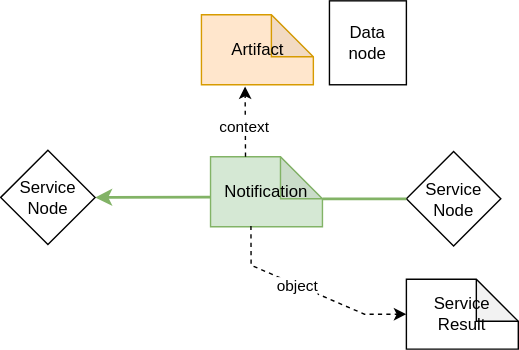
Before: images/one_way_service_node_service_node.svg, a diagram exported from draw.io (MellonScholarlyCommunication/spec-notifications). Source tidied: cells renumbered, new cells last; positions are measured from the earlier drawing's top-left corner, leaving out a move shared by most shapes.
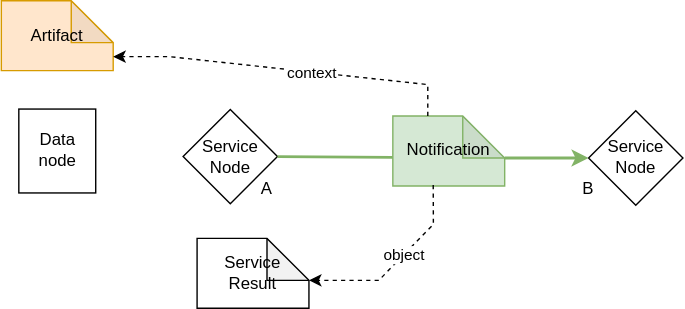
The same file after the commit.

The edit, as a diff of the source:
```diff
@@ -3,47 +3,58 @@
     <mxCell id="0" />
     <mxCell id="1" parent="0" />
     <mxCell id="2" value="Notification" style="shape=note;whiteSpace=wrap;html=1;backgroundOutline=1;darkOpacity=0.05;strokeColor=#82b366;fillColor=#d5e8d4;" parent="1" vertex="1">
-      <mxGeometry x="150" y="111.5" width="80" height="50" as="geometry" />
+      <mxGeometry x="340" y="111.5" width="80" height="50" as="geometry" />
     </mxCell>
     <mxCell id="3" value="Artifact" style="shape=note;whiteSpace=wrap;html=1;backgroundOutline=1;darkOpacity=0.05;strokeColor=#d79b00;fillColor=#ffe6cc;" parent="1" vertex="1">
-      <mxGeometry x="143.5" y="10" width="80" height="50" as="geometry" />
+      <mxGeometry x="60" y="29" width="80" height="50" as="geometry" />
     </mxCell>
     <mxCell id="4" value="Service&lt;br&gt;Node" style="rhombus;whiteSpace=wrap;html=1;" parent="1" vertex="1">
-      <mxGeometry x="290" y="107.8" width="67.5" height="67.5" as="geometry" />
+      <mxGeometry x="480" y="107.8" width="67.5" height="67.5" as="geometry" />
     </mxCell>
-    <mxCell id="5" style="endArrow=classic;html=1;rounded=0;entryX=1;entryY=0.5;entryDx=0;entryDy=0;exitX=-0.002;exitY=0.577;exitDx=0;exitDy=0;exitPerimeter=0;strokeWidth=2;fillColor=#d5e8d4;strokeColor=#82b366;" parent="1" edge="1" source="2">
-      <mxGeometry relative="1" as="geometry">
-        <mxPoint x="67.5" y="140.5" as="targetPoint" />
-      </mxGeometry>
-    </mxCell>
-    <mxCell id="6" style="endArrow=none;html=1;rounded=0;strokeWidth=2;entryX=0;entryY=0.5;entryDx=0;entryDy=0;exitX=0;exitY=0;exitDx=80;exitDy=30;exitPerimeter=0;fillColor=#d5e8d4;strokeColor=#82b366;" parent="1" edge="1" source="2" target="4">
-      <mxGeometry relative="1" as="geometry" />
-    </mxCell>
     <mxCell id="7" value="Service&lt;br&gt;Node" style="rhombus;whiteSpace=wrap;html=1;" parent="1" vertex="1">
-      <mxGeometry y="106.8" width="67.5" height="67.5" as="geometry" />
+      <mxGeometry x="190" y="106.8" width="67.5" height="67.5" as="geometry" />
     </mxCell>
     <mxCell id="8" value="Data node" style="rounded=0;whiteSpace=wrap;html=1;rotation=0;" parent="1" vertex="1">
-      <mxGeometry x="235" width="55" height="60" as="geometry" />
+      <mxGeometry x="72.5" y="106.5" width="55" height="60" as="geometry" />
     </mxCell>
-    <mxCell id="9" style="endArrow=classic;html=1;rounded=0;exitX=0;exitY=0;exitDx=25;exitDy=0;exitPerimeter=0;entryX=0.39;entryY=1.023;entryDx=0;entryDy=0;entryPerimeter=0;dashed=1;" parent="1" edge="1" source="2" target="3">
-      <mxGeometry relative="1" as="geometry" />
+    <mxCell id="9" style="endArrow=classic;html=1;rounded=0;exitX=0;exitY=0;exitDx=25;exitDy=0;exitPerimeter=0;entryX=0;entryY=0;entryDx=80;entryDy=40;entryPerimeter=0;dashed=1;" parent="1" edge="1" source="2" target="3">
+      <mxGeometry relative="1" as="geometry">
+        <Array as="points">
+          <mxPoint x="365" y="89" />
+          <mxPoint x="180" y="69" />
+        </Array>
+      </mxGeometry>
     </mxCell>
     <mxCell id="10" value="context" style="edgeLabel;html=1;align=center;verticalAlign=middle;" parent="9" vertex="1">
       <mxGeometry x="-0.15" y="1" relative="1" as="geometry" />
     </mxCell>
     <mxCell id="11" value="Service&lt;br&gt;Result" style="shape=note;whiteSpace=wrap;html=1;backgroundOutline=1;darkOpacity=0.05;" parent="1" vertex="1">
-      <mxGeometry x="290" y="199" width="80" height="50" as="geometry" />
+      <mxGeometry x="200" y="199" width="80" height="50" as="geometry" />
     </mxCell>
-    <mxCell id="12" style="endArrow=classic;html=1;rounded=0;dashed=1;exitX=0.361;exitY=0.988;exitDx=0;exitDy=0;exitPerimeter=0;entryX=0;entryY=0.5;entryDx=0;entryDy=0;entryPerimeter=0;" parent="1" edge="1" source="2" target="11">
+    <mxCell id="12" style="endArrow=classic;html=1;rounded=0;dashed=1;exitX=0.361;exitY=0.988;exitDx=0;exitDy=0;exitPerimeter=0;entryX=0;entryY=0;entryDx=80;entryDy=30;entryPerimeter=0;" parent="1" edge="1" source="2" target="11">
       <mxGeometry relative="1" as="geometry">
         <Array as="points">
-          <mxPoint x="179" y="189" />
-          <mxPoint x="260" y="224" />
+          <mxPoint x="369" y="189" />
+          <mxPoint x="330" y="229" />
         </Array>
       </mxGeometry>
     </mxCell>
     <mxCell id="13" value="object" style="edgeLabel;html=1;align=center;verticalAlign=middle;" parent="12" vertex="1">
       <mxGeometry x="-0.13" relative="1" as="geometry" />
     </mxCell>
+    <mxCell id="14" style="endArrow=none;html=1;rounded=0;exitX=1;exitY=0.5;exitDx=0;exitDy=0;strokeWidth=2;fillColor=#d5e8d4;strokeColor=#82b366;" parent="1" edge="1" source="7">
+      <mxGeometry relative="1" as="geometry">
+        <mxPoint x="340" y="141" as="targetPoint" />
+      </mxGeometry>
+    </mxCell>
+    <mxCell id="6" style="endArrow=classic;html=1;rounded=0;strokeWidth=2;exitX=0;exitY=0;exitDx=80;exitDy=30;exitPerimeter=0;entryX=0;entryY=0.5;entryDx=0;entryDy=0;fillColor=#d5e8d4;strokeColor=#82b366;" parent="1" edge="1" source="2" target="4">
+      <mxGeometry relative="1" as="geometry" />
+    </mxCell>
+    <mxCell id="15" value="A" style="text;html=1;strokeColor=none;fillColor=none;align=center;verticalAlign=middle;whiteSpace=wrap;rounded=0;" parent="1" vertex="1">
+      <mxGeometry x="220" y="149" width="60" height="30" as="geometry" />
+    </mxCell>
+    <mxCell id="16" value="B" style="text;html=1;strokeColor=none;fillColor=none;align=center;verticalAlign=middle;whiteSpace=wrap;rounded=0;" parent="1" vertex="1">
+      <mxGeometry x="450" y="149" width="60" height="30" as="geometry" />
+    </mxCell>
   </root>
 </mxGraphModel>
```
